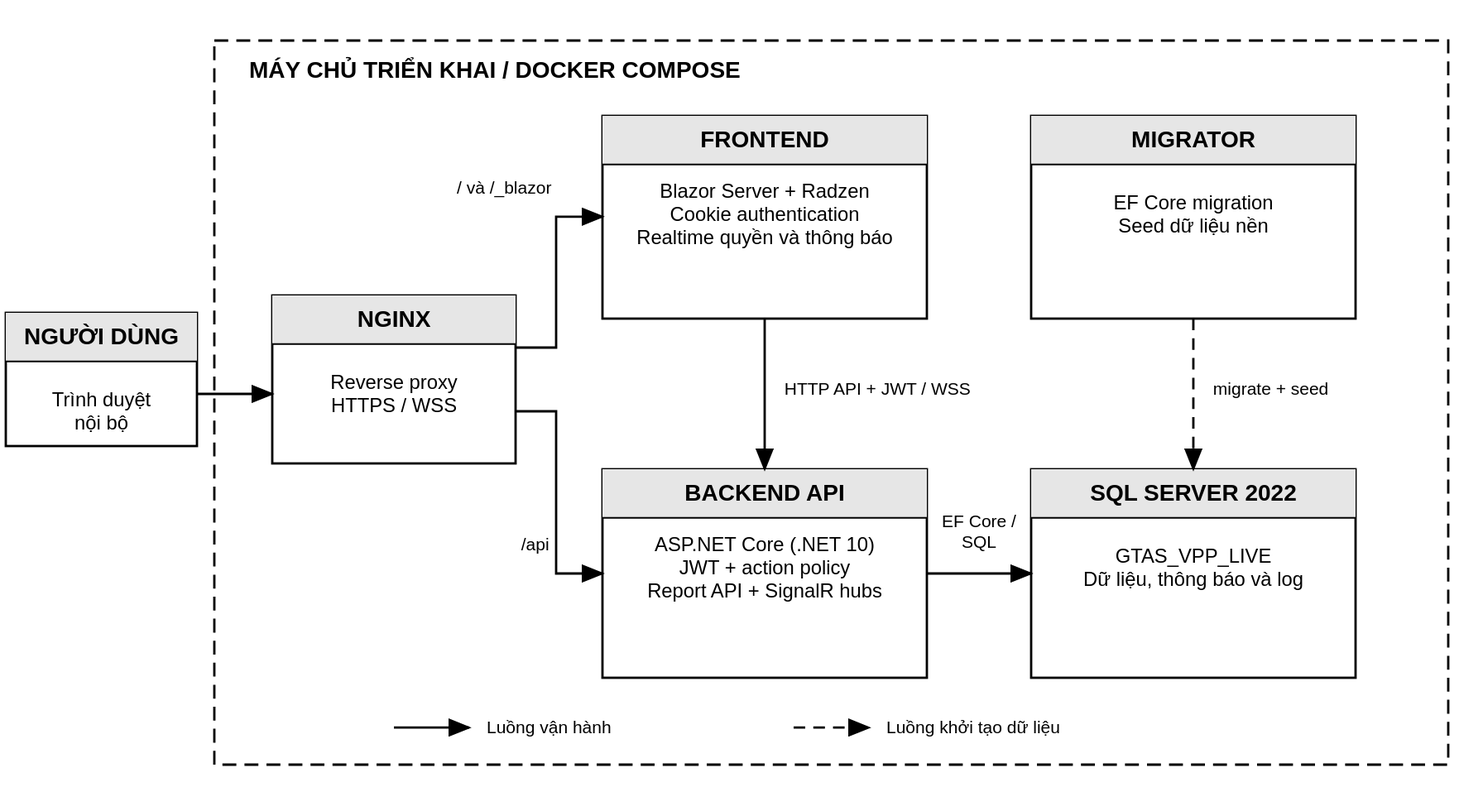
Earlier version of the PlantUML export LVTN/diagrams/ch02/architecture-overview.svg (Miikey24s/gtas_vpp). Its source is kept beside it as LVTN/diagrams/ch02/architecture-overview.puml.
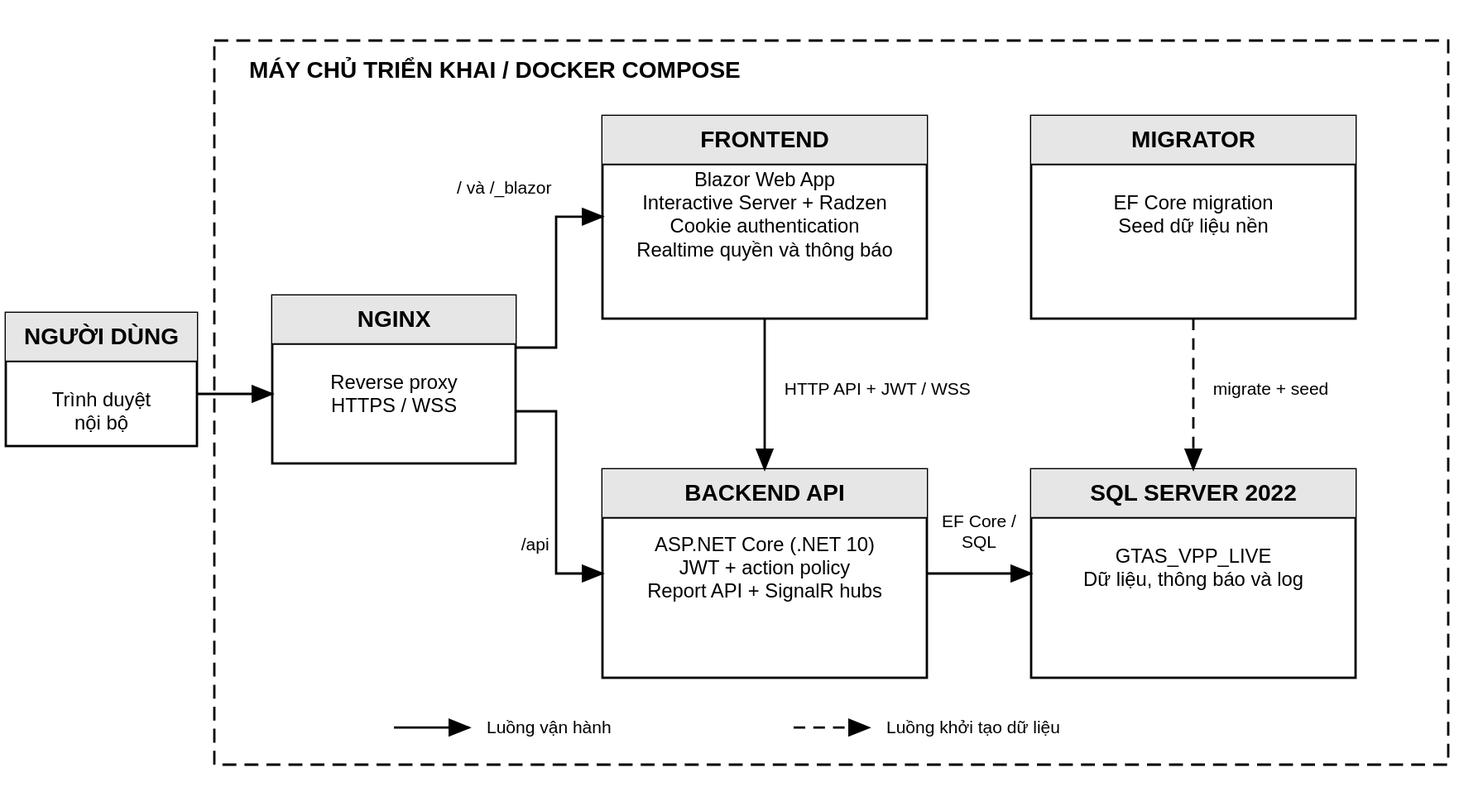
Later version of the same file.

What changed in the source:
```diff
@@ -12,7 +12,7 @@
 
 node "Máy chủ triển khai / Docker Compose" {
   node "Nginx reverse proxy\nHTTPS / WSS" as Proxy
-  rectangle "Frontend container\nBlazor Server + Radzen\nCookie authentication\nRealtime quyền và thông báo" as Frontend
+  rectangle "Frontend container\nBlazor Web App (Interactive Server)\nRadzen Blazor\nCookie authentication\nRealtime quyền và thông báo" as Frontend
   rectangle "Backend container\nASP.NET Core Web API (.NET 10)\nJWT + action policy\nReport API + SignalR hubs" as Backend
   rectangle "Migrator container\nEF Core migration\nSeed dữ liệu nền" as Migrator
   database "SQL Server 2022 container\nGTAS_VPP_LIVE\nDữ liệu, thông báo và log" as Database
```
